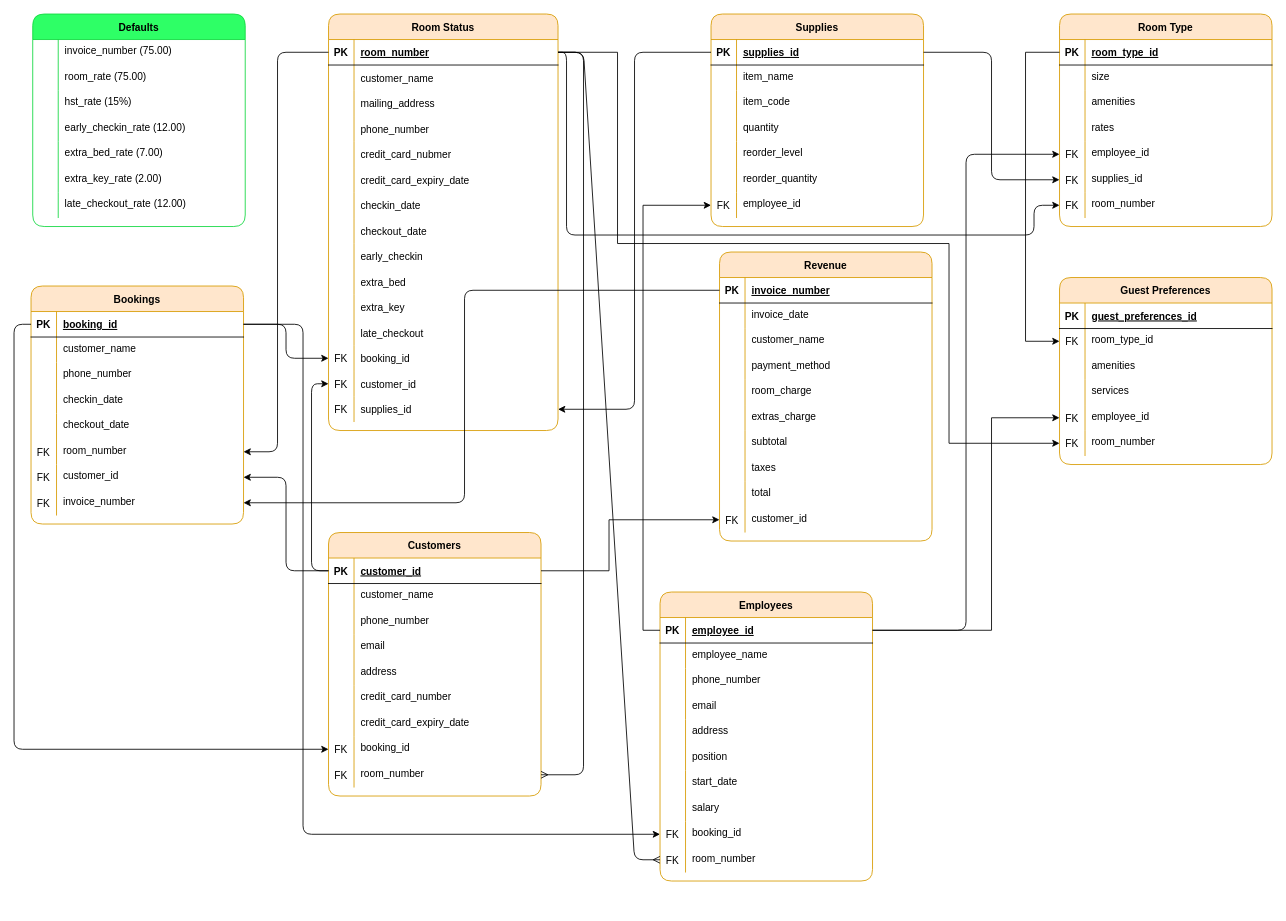
This is Untitled Diagram.drawio from Altrocore/QAP-4-FIles-DS, a draw.io file, before an edit. Source tidied: cells renumbered, new cells numbered last; positions are measured from the earlier drawing's top-left corner, leaving out a move shared by most shapes. Both pictures are drawn from the tidied source at 85%, with x=0, y=0 at pixel (31, 14).
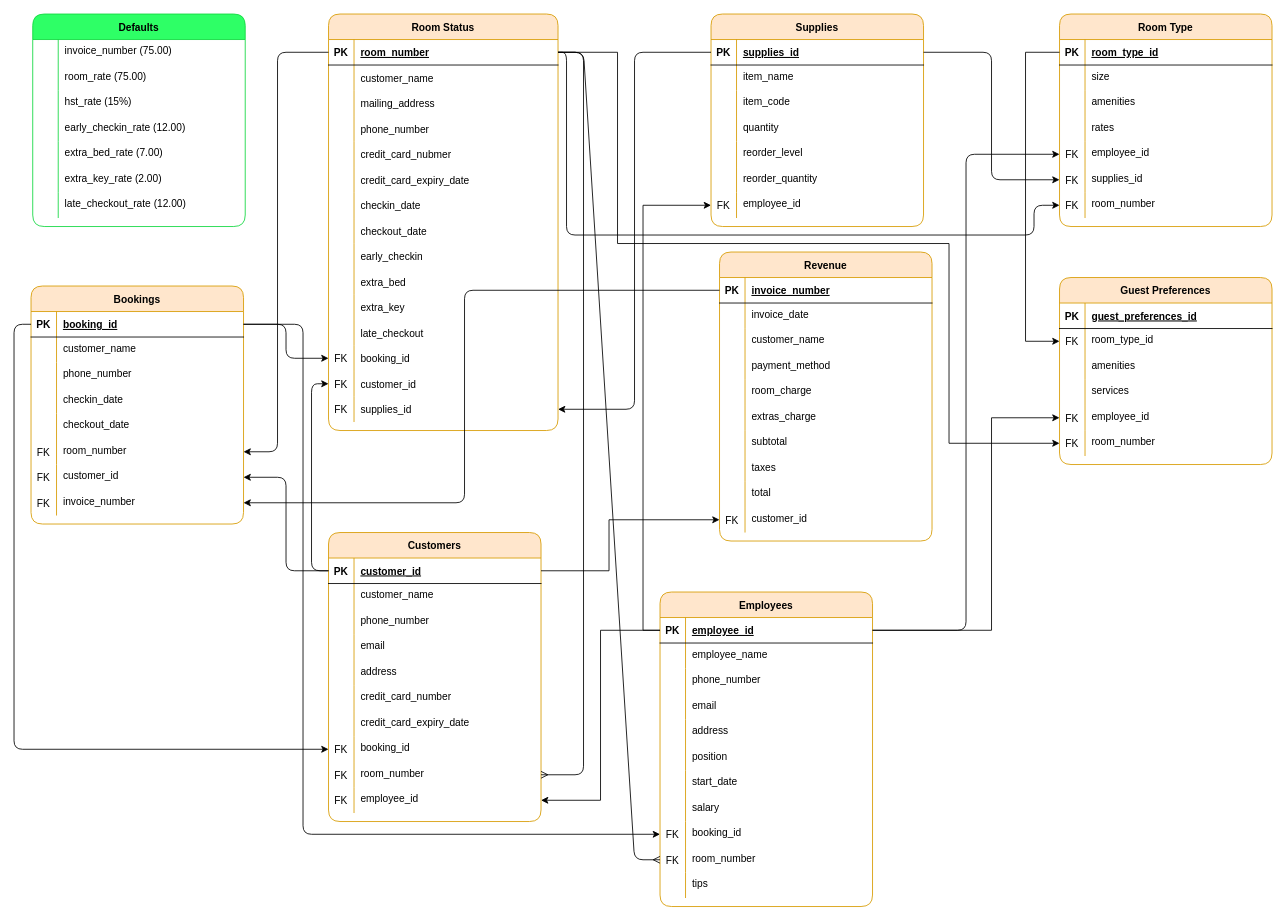
The same diagram, later.

Unchanged cells that the change refers to:
```xml
<mxCell id="181" style="shape=partialRectangle;fillColor=none;points=[[0,0.5],[1,0.5]];portConstraint=eastwest;top=0;left=0;right=0;bottom=1;rounded=1;" parent="180" vertex="1">
  <mxGeometry y="30" width="250" height="30" as="geometry" />
</mxCell>
```

What changed in the source:
```diff
@@
     <mxCell id="148" value="Customers" style="shape=table;startSize=30;childLayout=tableLayout;rowLines=0;fontStyle=1;align=center;fillColor=#ffe6cc;strokeColor=#d79b00;rounded=1;" parent="1" vertex="1">
-      <mxGeometry x="350" y="610" width="250" height="310" as="geometry" />
+      <mxGeometry x="350" y="610" width="250" height="340" as="geometry" />
     </mxCell>
@@
+    <mxCell id="266" style="shape=partialRectangle;fillColor=none;points=[[0,0.5],[1,0.5]];portConstraint=eastwest;top=0;left=0;right=0;bottom=0;rounded=1;" parent="148" vertex="1">
+      <mxGeometry y="300" width="250" height="30" as="geometry" />
+    </mxCell>
+    <mxCell id="267" value="FK" style="shape=partialRectangle;overflow=hidden;fillColor=none;top=0;left=0;bottom=0;right=0;rounded=1;" parent="266" vertex="1">
+      <mxGeometry width="30" height="30" as="geometry" />
+    </mxCell>
+    <mxCell id="268" value="employee_id" style="shape=partialRectangle;overflow=hidden;fillColor=none;top=0;left=0;bottom=0;right=0;align=left;spacingLeft=6;verticalAlign=top;rounded=1;" parent="266" vertex="1">
+      <mxGeometry x="30" width="220" height="30" as="geometry" />
+    </mxCell>
@@
     <mxCell id="180" value="Employees" style="shape=table;startSize=30;childLayout=tableLayout;rowLines=0;fontStyle=1;align=center;fillColor=#ffe6cc;strokeColor=#d79b00;rounded=1;" parent="1" vertex="1">
-      <mxGeometry x="740" y="680" width="250" height="340" as="geometry" />
+      <mxGeometry x="740" y="680" width="250" height="370" as="geometry" />
     </mxCell>
@@
+    <mxCell id="269" style="shape=partialRectangle;fillColor=none;top=0;left=0;right=0;bottom=0;rounded=1;" parent="180" vertex="1">
+      <mxGeometry y="330" width="250" height="30" as="geometry" />
+    </mxCell>
+    <mxCell id="270" style="shape=partialRectangle;overflow=hidden;fillColor=none;top=0;left=0;bottom=0;right=0;rounded=1;" parent="269" vertex="1">
+      <mxGeometry width="30" height="30" as="geometry" />
+    </mxCell>
+    <mxCell id="271" value="tips" style="shape=partialRectangle;overflow=hidden;fillColor=none;top=0;left=0;bottom=0;right=0;align=left;spacingLeft=6;verticalAlign=top;rounded=1;" parent="269" vertex="1">
+      <mxGeometry x="30" width="220" height="30" as="geometry" />
+    </mxCell>
@@
+    <mxCell id="272" style="edgeStyle=orthogonalEdgeStyle;rounded=0;jettySize=auto;html=1;exitX=0;exitY=0.5;exitDx=0;exitDy=0;" parent="1" edge="1" source="181" target="266">
+      <mxGeometry relative="1" as="geometry" />
+    </mxCell>
```
